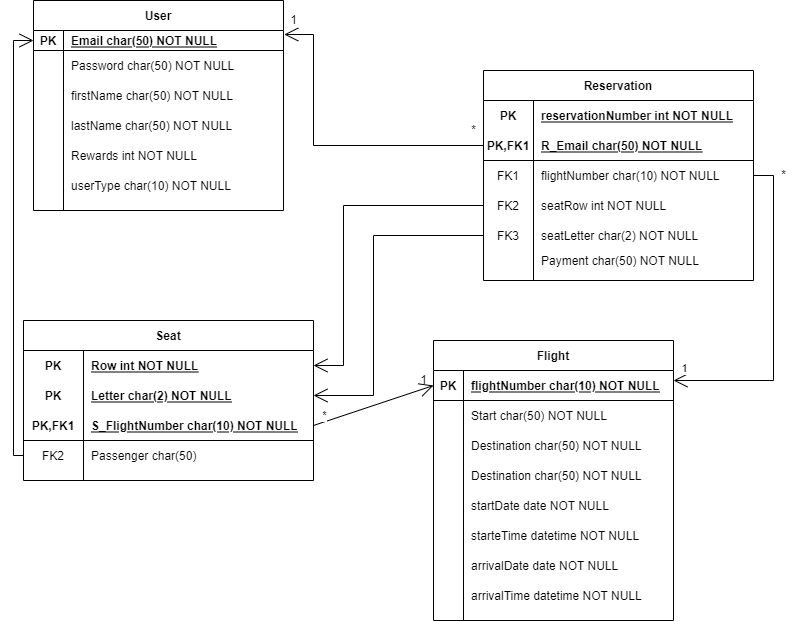
Before: db_designs/Schema.drawio.png, a diagram exported from draw.io (gopinathsjsu/The-3-person-team). Source tidied: cells renumbered, new cells last; positions are measured from the earlier drawing's top-left corner, leaving out a move shared by most shapes.
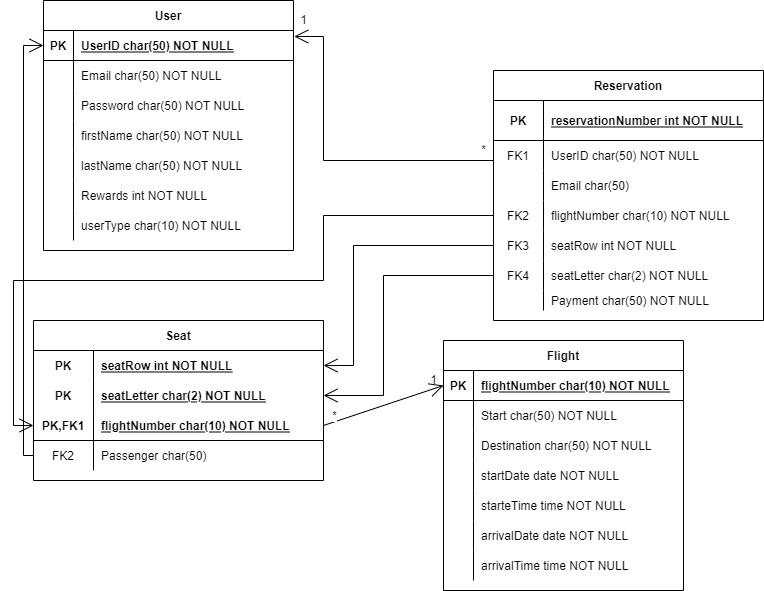
The same file after the commit.

The edit, as a diff of the source:
```diff
@@ -3,19 +3,28 @@
     <mxCell id="0" />
     <mxCell id="1" parent="0" />
     <mxCell id="2" value="User" style="shape=table;startSize=30;rowLines=0;fontStyle=1;align=center;" parent="1" vertex="1">
-      <mxGeometry x="10" width="250" height="210" as="geometry" />
+      <mxGeometry x="10" width="250" height="250" as="geometry" />
     </mxCell>
     <mxCell id="3" style="shape=partialRectangle;fillColor=none;points=[[0,0.5],[1,0.5]];portConstraint=eastwest;top=0;left=0;right=0;bottom=1;" parent="2" vertex="1">
-      <mxGeometry y="30" width="250" height="20" as="geometry" />
+      <mxGeometry y="30" width="250" height="30" as="geometry" />
     </mxCell>
     <mxCell id="4" value="PK" style="shape=partialRectangle;overflow=hidden;fillColor=none;top=0;left=0;bottom=0;right=0;fontStyle=1;" parent="3" vertex="1">
-      <mxGeometry width="30" height="20" as="geometry" />
+      <mxGeometry width="30" height="30" as="geometry" />
     </mxCell>
-    <mxCell id="5" value="Email char(50) NOT NULL" style="shape=partialRectangle;overflow=hidden;fillColor=none;top=0;left=0;bottom=0;right=0;align=left;spacingLeft=6;fontStyle=5;" parent="3" vertex="1">
-      <mxGeometry x="30" width="220" height="20" as="geometry" />
+    <mxCell id="5" value="UserID char(50) NOT NULL" style="shape=partialRectangle;overflow=hidden;fillColor=none;top=0;left=0;bottom=0;right=0;align=left;spacingLeft=6;fontStyle=5;" parent="3" vertex="1">
+      <mxGeometry x="30" width="220" height="30" as="geometry" />
     </mxCell>
+    <mxCell id="90" style="shape=partialRectangle;fillColor=none;top=0;left=0;right=0;bottom=0;" parent="2" vertex="1">
+      <mxGeometry y="60" width="250" height="30" as="geometry" />
+    </mxCell>
+    <mxCell id="91" style="shape=partialRectangle;overflow=hidden;fillColor=none;top=0;left=0;bottom=0;right=0;" parent="90" vertex="1">
+      <mxGeometry width="30" height="30" as="geometry" />
+    </mxCell>
+    <mxCell id="92" value="Email char(50) NOT NULL" style="shape=partialRectangle;overflow=hidden;fillColor=none;top=0;left=0;bottom=0;right=0;align=left;spacingLeft=6;" parent="90" vertex="1">
+      <mxGeometry x="30" width="220" height="30" as="geometry" />
+    </mxCell>
     <mxCell id="6" style="shape=partialRectangle;fillColor=none;top=0;left=0;right=0;bottom=0;" parent="2" vertex="1">
-      <mxGeometry y="50" width="250" height="30" as="geometry" />
+      <mxGeometry y="90" width="250" height="30" as="geometry" />
     </mxCell>
     <mxCell id="7" style="shape=partialRectangle;overflow=hidden;fillColor=none;top=0;left=0;bottom=0;right=0;" parent="6" vertex="1">
       <mxGeometry width="30" height="30" as="geometry" />
@@ -24,7 +33,7 @@
       <mxGeometry x="30" width="220" height="30" as="geometry" />
     </mxCell>
     <mxCell id="9" style="shape=partialRectangle;fillColor=none;top=0;left=0;right=0;bottom=0;" parent="2" vertex="1">
-      <mxGeometry y="80" width="250" height="30" as="geometry" />
+      <mxGeometry y="120" width="250" height="30" as="geometry" />
     </mxCell>
     <mxCell id="10" style="shape=partialRectangle;overflow=hidden;fillColor=none;top=0;left=0;bottom=0;right=0;" parent="9" vertex="1">
       <mxGeometry width="30" height="30" as="geometry" />
@@ -33,7 +42,7 @@
       <mxGeometry x="30" width="220" height="30" as="geometry" />
     </mxCell>
     <mxCell id="12" style="shape=partialRectangle;fillColor=none;top=0;left=0;right=0;bottom=0;" parent="2" vertex="1">
-      <mxGeometry y="110" width="250" height="30" as="geometry" />
+      <mxGeometry y="150" width="250" height="30" as="geometry" />
     </mxCell>
     <mxCell id="13" style="shape=partialRectangle;overflow=hidden;fillColor=none;top=0;left=0;bottom=0;right=0;" parent="12" vertex="1">
       <mxGeometry width="30" height="30" as="geometry" />
@@ -42,7 +51,7 @@
       <mxGeometry x="30" width="220" height="30" as="geometry" />
     </mxCell>
     <mxCell id="15" style="shape=partialRectangle;fillColor=none;top=0;left=0;right=0;bottom=0;" parent="2" vertex="1">
-      <mxGeometry y="140" width="250" height="30" as="geometry" />
+      <mxGeometry y="180" width="250" height="30" as="geometry" />
     </mxCell>
     <mxCell id="16" style="shape=partialRectangle;overflow=hidden;fillColor=none;top=0;left=0;bottom=0;right=0;" parent="15" vertex="1">
       <mxGeometry width="30" height="30" as="geometry" />
@@ -51,7 +60,7 @@
       <mxGeometry x="30" width="220" height="30" as="geometry" />
     </mxCell>
     <mxCell id="18" style="shape=partialRectangle;fillColor=none;top=0;left=0;right=0;bottom=0;" parent="2" vertex="1">
-      <mxGeometry y="170" width="250" height="30" as="geometry" />
+      <mxGeometry y="210" width="250" height="30" as="geometry" />
     </mxCell>
     <mxCell id="19" style="shape=partialRectangle;overflow=hidden;fillColor=none;top=0;left=0;bottom=0;right=0;" parent="18" vertex="1">
       <mxGeometry width="30" height="30" as="geometry" />
@@ -60,55 +69,64 @@
       <mxGeometry x="30" width="220" height="30" as="geometry" />
     </mxCell>
     <mxCell id="21" value="Reservation" style="shape=table;startSize=30;rowLines=0;fontStyle=1;align=center;" parent="1" vertex="1">
-      <mxGeometry x="460" y="70" width="270" height="210" as="geometry" />
+      <mxGeometry x="460" y="70" width="270" height="250" as="geometry" />
     </mxCell>
-    <mxCell id="22" style="shape=partialRectangle;fillColor=none;top=0;left=0;bottom=0;right=0;" parent="21" vertex="1">
-      <mxGeometry y="30" width="270" height="30" as="geometry" />
-    </mxCell>
-    <mxCell id="23" value="PK" style="shape=partialRectangle;fillColor=none;top=0;left=0;bottom=0;right=0;fontStyle=1;overflow=hidden;" parent="22" vertex="1">
-      <mxGeometry width="50" height="30" as="geometry" />
-    </mxCell>
-    <mxCell id="24" value="reservationNumber int NOT NULL" style="shape=partialRectangle;fillColor=none;top=0;left=0;bottom=0;right=0;align=left;spacingLeft=6;fontStyle=5;overflow=hidden;" parent="22" vertex="1">
-      <mxGeometry x="50" width="220" height="30" as="geometry" />
-    </mxCell>
-    <mxCell id="25" style="shape=partialRectangle;fillColor=none;top=0;left=0;bottom=1;right=0;points=[[0,0.5],[1,0.5]];portConstraint=eastwest;" parent="21" vertex="1">
-      <mxGeometry y="60" width="270" height="30" as="geometry" />
+    <mxCell id="25" style="shape=partialRectangle;fillColor=none;top=0;left=0;bottom=1;right=0;points=[[0,0.5],[1,0.5]];portConstraint=eastwest;strokeColor=default;" parent="21" vertex="1">
+      <mxGeometry y="30" width="270" height="40" as="geometry" />
     </mxCell>
-    <mxCell id="26" value="PK,FK1" style="shape=partialRectangle;fillColor=none;top=0;left=0;bottom=0;right=0;fontStyle=1;overflow=hidden;" parent="25" vertex="1">
-      <mxGeometry width="50" height="30" as="geometry" />
+    <mxCell id="26" value="PK" style="shape=partialRectangle;fillColor=none;top=0;left=0;bottom=0;right=0;fontStyle=1;overflow=hidden;" parent="25" vertex="1">
+      <mxGeometry width="50" height="40" as="geometry" />
     </mxCell>
-    <mxCell id="27" value="R_Email char(50) NOT NULL" style="shape=partialRectangle;fillColor=none;top=0;left=0;bottom=0;right=0;align=left;spacingLeft=6;fontStyle=5;overflow=hidden;" parent="25" vertex="1">
-      <mxGeometry x="50" width="220" height="30" as="geometry" />
+    <mxCell id="27" value="reservationNumber int NOT NULL" style="shape=partialRectangle;fillColor=none;top=0;left=0;bottom=0;right=0;align=left;spacingLeft=6;fontStyle=5;overflow=hidden;strokeColor=none;" parent="25" vertex="1">
+      <mxGeometry x="50" width="220" height="40" as="geometry" />
     </mxCell>
+    <mxCell id="93" style="shape=partialRectangle;fillColor=none;top=0;left=0;bottom=0;right=0;" parent="21" vertex="1">
+      <mxGeometry y="70" width="270" height="30" as="geometry" />
+    </mxCell>
+    <mxCell id="94" value="FK1" style="shape=partialRectangle;fillColor=none;top=0;left=0;bottom=0;right=0;overflow=hidden;" parent="93" vertex="1">
+      <mxGeometry width="50" height="30" as="geometry" />
+    </mxCell>
+    <mxCell id="95" value="UserID char(50) NOT NULL" style="shape=partialRectangle;fillColor=none;top=0;left=0;bottom=0;right=0;align=left;spacingLeft=6;overflow=hidden;" parent="93" vertex="1">
+      <mxGeometry x="50" width="220" height="30" as="geometry" />
+    </mxCell>
+    <mxCell id="96" style="shape=partialRectangle;fillColor=none;top=0;left=0;bottom=0;right=0;" parent="21" vertex="1">
+      <mxGeometry y="100" width="270" height="30" as="geometry" />
+    </mxCell>
+    <mxCell id="97" style="shape=partialRectangle;fillColor=none;top=0;left=0;bottom=0;right=0;overflow=hidden;" parent="96" vertex="1">
+      <mxGeometry width="50" height="30" as="geometry" />
+    </mxCell>
+    <mxCell id="98" value="Email char(50) " style="shape=partialRectangle;fillColor=none;top=0;left=0;bottom=0;right=0;align=left;spacingLeft=6;overflow=hidden;" parent="96" vertex="1">
+      <mxGeometry x="50" width="220" height="30" as="geometry" />
+    </mxCell>
     <mxCell id="28" style="shape=partialRectangle;fillColor=none;top=0;left=0;bottom=0;right=0;points=[[0,0.5],[1,0.5]];portConstraint=eastwest;" parent="21" vertex="1">
-      <mxGeometry y="90" width="270" height="30" as="geometry" />
+      <mxGeometry y="130" width="270" height="30" as="geometry" />
     </mxCell>
-    <mxCell id="29" value="FK1" style="shape=partialRectangle;fillColor=none;top=0;left=0;bottom=0;right=0;overflow=hidden;" parent="28" vertex="1">
+    <mxCell id="29" value="FK2" style="shape=partialRectangle;fillColor=none;top=0;left=0;bottom=0;right=0;overflow=hidden;" parent="28" vertex="1">
       <mxGeometry width="50" height="30" as="geometry" />
     </mxCell>
     <mxCell id="30" value="flightNumber char(10) NOT NULL" style="shape=partialRectangle;fillColor=none;top=0;left=0;bottom=0;right=0;align=left;spacingLeft=6;overflow=hidden;" parent="28" vertex="1">
       <mxGeometry x="50" width="220" height="30" as="geometry" />
     </mxCell>
     <mxCell id="31" style="shape=partialRectangle;fillColor=none;top=0;left=0;bottom=0;right=0;points=[[0,0.5],[1,0.5]];portConstraint=eastwest;" parent="21" vertex="1">
-      <mxGeometry y="120" width="270" height="30" as="geometry" />
+      <mxGeometry y="160" width="270" height="30" as="geometry" />
     </mxCell>
-    <mxCell id="32" value="FK2" style="shape=partialRectangle;fillColor=none;top=0;left=0;bottom=0;right=0;overflow=hidden;" parent="31" vertex="1">
+    <mxCell id="32" value="FK3" style="shape=partialRectangle;fillColor=none;top=0;left=0;bottom=0;right=0;overflow=hidden;" parent="31" vertex="1">
       <mxGeometry width="50" height="30" as="geometry" />
     </mxCell>
     <mxCell id="33" value="seatRow int NOT NULL" style="shape=partialRectangle;fillColor=none;top=0;left=0;bottom=0;right=0;align=left;spacingLeft=6;overflow=hidden;" parent="31" vertex="1">
       <mxGeometry x="50" width="220" height="30" as="geometry" />
     </mxCell>
     <mxCell id="34" style="shape=partialRectangle;fillColor=none;top=0;left=0;bottom=0;right=0;points=[[0,0.5],[1,0.5]];portConstraint=eastwest;" parent="21" vertex="1">
-      <mxGeometry y="150" width="270" height="30" as="geometry" />
+      <mxGeometry y="190" width="270" height="30" as="geometry" />
     </mxCell>
-    <mxCell id="35" value="FK3" style="shape=partialRectangle;fillColor=none;top=0;left=0;bottom=0;right=0;overflow=hidden;" parent="34" vertex="1">
+    <mxCell id="35" value="FK4" style="shape=partialRectangle;fillColor=none;top=0;left=0;bottom=0;right=0;overflow=hidden;" parent="34" vertex="1">
       <mxGeometry width="50" height="30" as="geometry" />
     </mxCell>
     <mxCell id="36" value="seatLetter char(2) NOT NULL" style="shape=partialRectangle;fillColor=none;top=0;left=0;bottom=0;right=0;align=left;spacingLeft=6;overflow=hidden;" parent="34" vertex="1">
       <mxGeometry x="50" width="220" height="30" as="geometry" />
     </mxCell>
     <mxCell id="37" style="shape=partialRectangle;fillColor=none;top=0;left=0;bottom=0;right=0;" parent="21" vertex="1">
-      <mxGeometry y="180" width="270" height="20" as="geometry" />
+      <mxGeometry y="220" width="270" height="20" as="geometry" />
     </mxCell>
     <mxCell id="38" style="shape=partialRectangle;fillColor=none;top=0;left=0;bottom=0;right=0;overflow=hidden;" parent="37" vertex="1">
       <mxGeometry width="50" height="20" as="geometry" />
@@ -125,7 +143,7 @@
     <mxCell id="42" value="PK" style="shape=partialRectangle;fillColor=none;top=0;left=0;bottom=0;right=0;fontStyle=1;overflow=hidden;" parent="41" vertex="1">
       <mxGeometry width="60" height="30" as="geometry" />
     </mxCell>
-    <mxCell id="43" value="Row int NOT NULL" style="shape=partialRectangle;fillColor=none;top=0;left=0;bottom=0;right=0;align=left;spacingLeft=6;fontStyle=5;overflow=hidden;" parent="41" vertex="1">
+    <mxCell id="43" value="seatRow int NOT NULL" style="shape=partialRectangle;fillColor=none;top=0;left=0;bottom=0;right=0;align=left;spacingLeft=6;fontStyle=5;overflow=hidden;" parent="41" vertex="1">
       <mxGeometry x="60" width="230" height="30" as="geometry" />
     </mxCell>
     <mxCell id="44" style="shape=partialRectangle;fillColor=none;top=0;left=0;bottom=0;right=0;points=[[0,0.5],[1,0.5]];portConstraint=eastwest;" parent="40" vertex="1">
@@ -134,7 +152,7 @@
     <mxCell id="45" value="PK" style="shape=partialRectangle;fillColor=none;top=0;left=0;bottom=0;right=0;fontStyle=1;overflow=hidden;" parent="44" vertex="1">
       <mxGeometry width="60" height="30" as="geometry" />
     </mxCell>
-    <mxCell id="46" value="Letter char(2) NOT NULL" style="shape=partialRectangle;fillColor=none;top=0;left=0;bottom=0;right=0;align=left;spacingLeft=6;fontStyle=5;overflow=hidden;" parent="44" vertex="1">
+    <mxCell id="46" value="seatLetter char(2) NOT NULL" style="shape=partialRectangle;fillColor=none;top=0;left=0;bottom=0;right=0;align=left;spacingLeft=6;fontStyle=5;overflow=hidden;" parent="44" vertex="1">
       <mxGeometry x="60" width="230" height="30" as="geometry" />
     </mxCell>
     <mxCell id="47" style="shape=partialRectangle;fillColor=none;top=0;left=0;bottom=1;right=0;points=[[0,0.5],[1,0.5]];portConstraint=eastwest;" parent="40" vertex="1">
@@ -143,7 +161,7 @@
     <mxCell id="48" value="PK,FK1" style="shape=partialRectangle;fillColor=none;top=0;left=0;bottom=0;right=0;fontStyle=1;overflow=hidden;" parent="47" vertex="1">
       <mxGeometry width="60" height="30" as="geometry" />
     </mxCell>
-    <mxCell id="49" value="S_FlightNumber char(10) NOT NULL" style="shape=partialRectangle;fillColor=none;top=0;left=0;bottom=0;right=0;align=left;spacingLeft=6;fontStyle=5;overflow=hidden;" parent="47" vertex="1">
+    <mxCell id="49" value="flightNumber char(10) NOT NULL" style="shape=partialRectangle;fillColor=none;top=0;left=0;bottom=0;right=0;align=left;spacingLeft=6;fontStyle=5;overflow=hidden;" parent="47" vertex="1">
       <mxGeometry x="60" width="230" height="30" as="geometry" />
     </mxCell>
     <mxCell id="50" style="shape=partialRectangle;fillColor=none;top=0;left=0;bottom=0;right=0;points=[[0,0.5],[1,0.5]];portConstraint=eastwest;" parent="40" vertex="1">
@@ -156,7 +174,7 @@
       <mxGeometry x="60" width="230" height="30" as="geometry" />
     </mxCell>
     <mxCell id="53" value="Flight" style="shape=table;startSize=30;rowLines=0;fontStyle=1;align=center;" parent="1" vertex="1">
-      <mxGeometry x="410" y="340" width="240" height="280" as="geometry" />
+      <mxGeometry x="410" y="340" width="240" height="250" as="geometry" />
     </mxCell>
     <mxCell id="54" style="shape=partialRectangle;fillColor=none;top=0;left=0;bottom=1;right=0;points=[[0,0.5],[1,0.5]];portConstraint=eastwest;" parent="53" vertex="1">
       <mxGeometry y="30" width="240" height="30" as="geometry" />
@@ -185,17 +203,8 @@
     <mxCell id="62" value="Destination char(50) NOT NULL" style="shape=partialRectangle;fillColor=none;top=0;left=0;bottom=0;right=0;align=left;spacingLeft=6;overflow=hidden;" parent="60" vertex="1">
       <mxGeometry x="30" width="210" height="30" as="geometry" />
     </mxCell>
-    <mxCell id="63" style="shape=partialRectangle;fillColor=none;top=0;left=0;bottom=0;right=0;" parent="53" vertex="1">
-      <mxGeometry y="120" width="240" height="30" as="geometry" />
-    </mxCell>
-    <mxCell id="64" style="shape=partialRectangle;fillColor=none;top=0;left=0;bottom=0;right=0;overflow=hidden;" parent="63" vertex="1">
-      <mxGeometry width="30" height="30" as="geometry" />
-    </mxCell>
-    <mxCell id="65" value="Destination char(50) NOT NULL" style="shape=partialRectangle;fillColor=none;top=0;left=0;bottom=0;right=0;align=left;spacingLeft=6;overflow=hidden;" parent="63" vertex="1">
-      <mxGeometry x="30" width="210" height="30" as="geometry" />
-    </mxCell>
     <mxCell id="66" style="shape=partialRectangle;fillColor=none;top=0;left=0;bottom=0;right=0;" parent="53" vertex="1">
-      <mxGeometry y="150" width="240" height="30" as="geometry" />
+      <mxGeometry y="120" width="240" height="30" as="geometry" />
     </mxCell>
     <mxCell id="67" style="shape=partialRectangle;fillColor=none;top=0;left=0;bottom=0;right=0;overflow=hidden;" parent="66" vertex="1">
       <mxGeometry width="30" height="30" as="geometry" />
@@ -204,16 +213,16 @@
       <mxGeometry x="30" width="210" height="30" as="geometry" />
     </mxCell>
     <mxCell id="69" style="shape=partialRectangle;fillColor=none;top=0;left=0;bottom=0;right=0;" parent="53" vertex="1">
-      <mxGeometry y="180" width="240" height="30" as="geometry" />
+      <mxGeometry y="150" width="240" height="30" as="geometry" />
     </mxCell>
     <mxCell id="70" style="shape=partialRectangle;fillColor=none;top=0;left=0;bottom=0;right=0;overflow=hidden;" parent="69" vertex="1">
       <mxGeometry width="30" height="30" as="geometry" />
     </mxCell>
-    <mxCell id="71" value="starteTime datetime NOT NULL" style="shape=partialRectangle;fillColor=none;top=0;left=0;bottom=0;right=0;align=left;spacingLeft=6;overflow=hidden;" parent="69" vertex="1">
+    <mxCell id="71" value="starteTime time NOT NULL" style="shape=partialRectangle;fillColor=none;top=0;left=0;bottom=0;right=0;align=left;spacingLeft=6;overflow=hidden;" parent="69" vertex="1">
       <mxGeometry x="30" width="210" height="30" as="geometry" />
     </mxCell>
     <mxCell id="72" style="shape=partialRectangle;fillColor=none;top=0;left=0;bottom=0;right=0;" parent="53" vertex="1">
-      <mxGeometry y="210" width="240" height="30" as="geometry" />
+      <mxGeometry y="180" width="240" height="30" as="geometry" />
     </mxCell>
     <mxCell id="73" style="shape=partialRectangle;fillColor=none;top=0;left=0;bottom=0;right=0;overflow=hidden;" parent="72" vertex="1">
       <mxGeometry width="30" height="30" as="geometry" />
@@ -222,12 +231,12 @@
       <mxGeometry x="30" width="210" height="30" as="geometry" />
     </mxCell>
     <mxCell id="75" style="shape=partialRectangle;fillColor=none;top=0;left=0;bottom=0;right=0;" parent="53" vertex="1">
-      <mxGeometry y="240" width="240" height="30" as="geometry" />
+      <mxGeometry y="210" width="240" height="30" as="geometry" />
     </mxCell>
     <mxCell id="76" style="shape=partialRectangle;fillColor=none;top=0;left=0;bottom=0;right=0;overflow=hidden;" parent="75" vertex="1">
       <mxGeometry width="30" height="30" as="geometry" />
     </mxCell>
-    <mxCell id="77" value="arrivalTime datetime NOT NULL" style="shape=partialRectangle;fillColor=none;top=0;left=0;bottom=0;right=0;align=left;spacingLeft=6;overflow=hidden;" parent="75" vertex="1">
+    <mxCell id="77" value="arrivalTime time NOT NULL" style="shape=partialRectangle;fillColor=none;top=0;left=0;bottom=0;right=0;align=left;spacingLeft=6;overflow=hidden;" parent="75" vertex="1">
       <mxGeometry x="30" width="210" height="30" as="geometry" />
     </mxCell>
     <mxCell id="78" style="endArrow=open;endFill=1;endSize=12;html=1;rounded=0;exitX=1;exitY=0.5;exitDx=0;exitDy=0;entryX=0;entryY=0.5;entryDx=0;entryDy=0;" parent="1" edge="1" source="47" target="54">
@@ -245,7 +254,7 @@
     <mxCell id="82" style="endArrow=open;endFill=1;endSize=12;html=1;rounded=0;exitX=0;exitY=0.5;exitDx=0;exitDy=0;edgeStyle=orthogonalEdgeStyle;entryX=1;entryY=0.5;entryDx=0;entryDy=0;" parent="1" edge="1" source="31" target="41">
       <mxGeometry relative="1" as="geometry">
         <Array as="points">
-          <mxPoint x="320" y="205" />
+          <mxPoint x="320" y="245" />
           <mxPoint x="320" y="365" />
         </Array>
       </mxGeometry>
@@ -253,31 +262,28 @@
     <mxCell id="83" style="endArrow=open;endFill=1;endSize=12;html=1;rounded=0;edgeStyle=orthogonalEdgeStyle;entryX=1;entryY=0.5;entryDx=0;entryDy=0;exitX=0;exitY=0.5;exitDx=0;exitDy=0;" parent="1" edge="1" source="34" target="44">
       <mxGeometry relative="1" as="geometry">
         <Array as="points">
-          <mxPoint x="350" y="235" />
+          <mxPoint x="350" y="275" />
           <mxPoint x="350" y="395" />
         </Array>
       </mxGeometry>
     </mxCell>
-    <mxCell id="84" style="endArrow=open;endFill=1;endSize=12;html=1;rounded=0;edgeStyle=orthogonalEdgeStyle;exitX=1;exitY=0.5;exitDx=0;exitDy=0;" parent="1" edge="1" source="28">
+    <mxCell id="84" style="endArrow=open;endFill=1;endSize=12;html=1;rounded=0;edgeStyle=orthogonalEdgeStyle;exitX=0;exitY=0.5;exitDx=0;exitDy=0;entryX=0;entryY=0.5;entryDx=0;entryDy=0;" parent="1" edge="1" source="28" target="47">
       <mxGeometry relative="1" as="geometry">
-        <mxPoint x="650" y="380" as="targetPoint" />
         <Array as="points">
-          <mxPoint x="750" y="175" />
-          <mxPoint x="750" y="380" />
+          <mxPoint x="290" y="215" />
+          <mxPoint x="290" y="280" />
+          <mxPoint x="-20" y="280" />
+          <mxPoint x="-20" y="425" />
         </Array>
       </mxGeometry>
     </mxCell>
-    <mxCell id="85" value="1" style="edgeLabel;html=1;align=center;verticalAlign=middle;" parent="84" vertex="1">
-      <mxGeometry x="0.94" y="-13" relative="1" as="geometry" />
-    </mxCell>
-    <mxCell id="86" value="*" style="text;html=1;align=center;verticalAlign=middle;strokeColor=none;fillColor=none;" parent="1" vertex="1">
-      <mxGeometry x="750" y="165" width="20" height="20" as="geometry" />
-    </mxCell>
-    <mxCell id="87" style="endArrow=open;endFill=1;endSize=12;html=1;rounded=0;exitX=0;exitY=0.5;exitDx=0;exitDy=0;edgeStyle=orthogonalEdgeStyle;entryX=1.003;entryY=0.2;entryDx=0;entryDy=0;entryPerimeter=0;" parent="1" edge="1" source="25" target="3">
+    <mxCell id="87" style="endArrow=open;endFill=1;endSize=12;html=1;rounded=0;edgeStyle=orthogonalEdgeStyle;entryX=1.003;entryY=0.2;entryDx=0;entryDy=0;entryPerimeter=0;" parent="1" edge="1" target="3">
       <mxGeometry relative="1" as="geometry">
+        <mxPoint x="460" y="160" as="sourcePoint" />
         <Array as="points">
-          <mxPoint x="290" y="145" />
-          <mxPoint x="290" y="34" />
+          <mxPoint x="460" y="160" />
+          <mxPoint x="290" y="160" />
+          <mxPoint x="290" y="36" />
         </Array>
       </mxGeometry>
     </mxCell>
@@ -285,7 +291,7 @@
       <mxGeometry x="260" y="10" width="20" height="20" as="geometry" />
     </mxCell>
     <mxCell id="89" value="*" style="text;html=1;align=center;verticalAlign=middle;strokeColor=none;fillColor=none;" parent="1" vertex="1">
-      <mxGeometry x="440" y="120" width="20" height="20" as="geometry" />
+      <mxGeometry x="440" y="140" width="20" height="20" as="geometry" />
     </mxCell>
   </root>
 </mxGraphModel>
```
